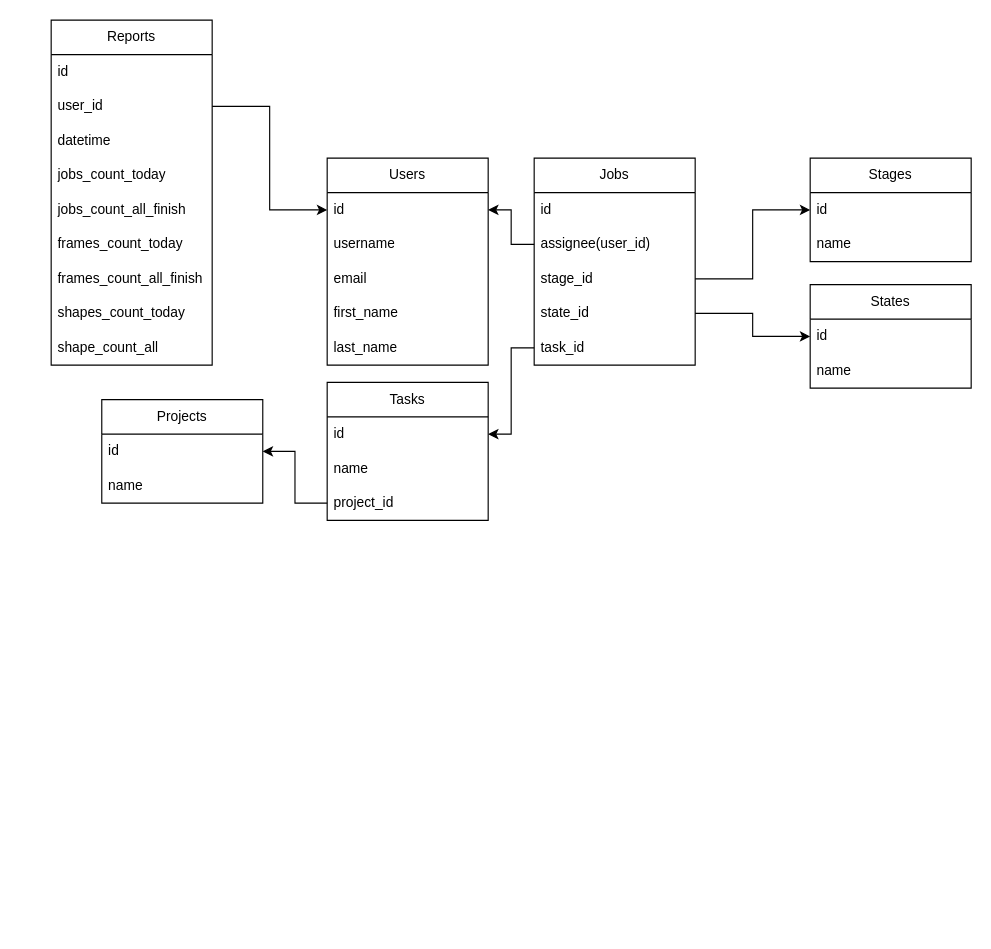
Above: DB_reports_cvat.drawio in YurkevichAndrei/email (draw.io), before the change. Source tidied: cells renumbered, new cells numbered last; positions are measured from the earlier drawing's top-left corner, leaving out a move shared by most shapes. Both pictures are drawn from the tidied source at 115%, with x=0, y=0 at pixel (51, 20).
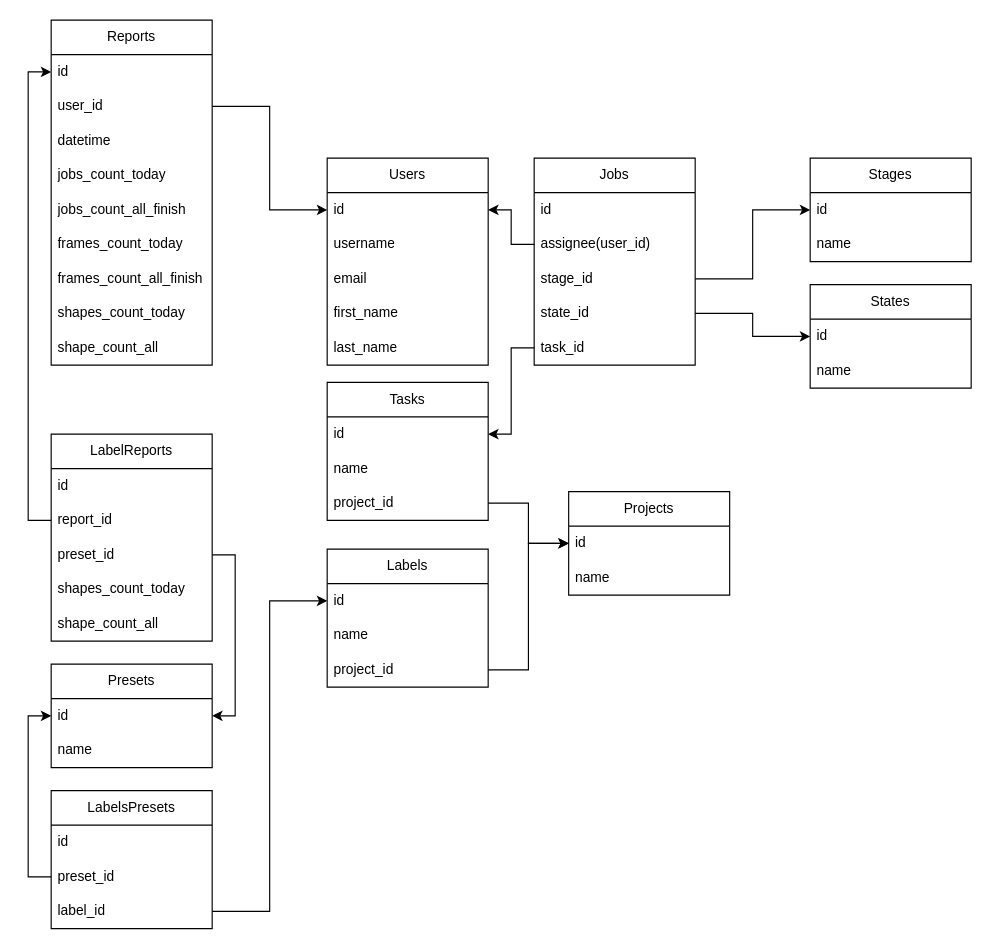
The same page after the edit.

Commit message:
add labels and labels presets in reports

Unchanged cells that the change refers to:
```xml
<mxCell id="9" value="id" style="text;strokeColor=none;fillColor=none;align=left;verticalAlign=middle;spacingLeft=4;spacingRight=4;overflow=hidden;points=[[0,0.5],[1,0.5]];portConstraint=eastwest;whiteSpace=wrap;html=1;" parent="8" vertex="1">
  <mxGeometry y="30" width="140" height="30" as="geometry" />
</mxCell>
<mxCell id="14" value="project_id" style="text;strokeColor=none;fillColor=none;align=left;verticalAlign=middle;spacingLeft=4;spacingRight=4;overflow=hidden;points=[[0,0.5],[1,0.5]];portConstraint=eastwest;whiteSpace=wrap;html=1;" parent="11" vertex="1">
  <mxGeometry y="90" width="140" height="30" as="geometry" />
</mxCell>
<mxCell id="22" value="id&lt;span style=&quot;white-space: pre;&quot;&gt;&#9;&lt;/span&gt;" style="text;strokeColor=none;fillColor=none;align=left;verticalAlign=middle;spacingLeft=4;spacingRight=4;overflow=hidden;points=[[0,0.5],[1,0.5]];portConstraint=eastwest;whiteSpace=wrap;html=1;" parent="21" vertex="1">
  <mxGeometry y="30" width="140" height="30" as="geometry" />
</mxCell>
```

The edit, as a diff of the source:
```diff
@@
     <mxCell id="8" value="Projects" style="swimlane;fontStyle=0;horizontal=1;startSize=30;whiteSpace=wrap;html=1;" parent="1" vertex="1">
-      <mxGeometry x="44" y="330" width="140" height="90" as="geometry" />
+      <mxGeometry x="450" y="410" width="140" height="90" as="geometry" />
     </mxCell>
@@
-    <mxCell id="40" style="edgeStyle=orthogonalEdgeStyle;rounded=0;jettySize=auto;html=1;exitX=0;exitY=0.5;exitDx=0;exitDy=0;entryX=1;entryY=0.5;entryDx=0;entryDy=0;" parent="1" edge="1" source="14" target="9">
-      <mxGeometry relative="1" as="geometry" />
-    </mxCell>
@@
+    <mxCell id="43" value="Labels" style="swimlane;fontStyle=0;horizontal=1;startSize=30;whiteSpace=wrap;html=1;" parent="1" vertex="1">
+      <mxGeometry x="240" y="460" width="140" height="120" as="geometry" />
+    </mxCell>
+    <mxCell id="44" value="id" style="text;strokeColor=none;fillColor=none;align=left;verticalAlign=middle;spacingLeft=4;spacingRight=4;overflow=hidden;points=[[0,0.5],[1,0.5]];portConstraint=eastwest;whiteSpace=wrap;html=1;" parent="43" vertex="1">
+      <mxGeometry y="30" width="140" height="30" as="geometry" />
+    </mxCell>
+    <mxCell id="45" value="name" style="text;strokeColor=none;fillColor=none;align=left;verticalAlign=middle;spacingLeft=4;spacingRight=4;overflow=hidden;whiteSpace=wrap;html=1;" parent="43" vertex="1">
+      <mxGeometry y="60" width="140" height="30" as="geometry" />
+    </mxCell>
+    <mxCell id="46" value="project_id" style="text;strokeColor=none;fillColor=none;align=left;verticalAlign=middle;spacingLeft=4;spacingRight=4;overflow=hidden;points=[[0,0.5],[1,0.5]];portConstraint=eastwest;whiteSpace=wrap;html=1;" parent="43" vertex="1">
+      <mxGeometry y="90" width="140" height="30" as="geometry" />
+    </mxCell>
+    <mxCell id="47" style="edgeStyle=orthogonalEdgeStyle;rounded=0;jettySize=auto;html=1;exitX=1;exitY=0.5;exitDx=0;exitDy=0;entryX=0;entryY=0.5;entryDx=0;entryDy=0;" parent="1" edge="1" source="14" target="8">
+      <mxGeometry relative="1" as="geometry" />
+    </mxCell>
+    <mxCell id="48" style="edgeStyle=orthogonalEdgeStyle;rounded=0;jettySize=auto;html=1;exitX=1;exitY=0.5;exitDx=0;exitDy=0;entryX=0;entryY=0.5;entryDx=0;entryDy=0;" parent="1" edge="1" source="46" target="9">
+      <mxGeometry relative="1" as="geometry" />
+    </mxCell>
+    <mxCell id="49" value="LabelReports" style="swimlane;fontStyle=0;horizontal=1;startSize=30;whiteSpace=wrap;html=1;" parent="1" vertex="1">
+      <mxGeometry y="360" width="140" height="180" as="geometry" />
+    </mxCell>
+    <mxCell id="50" value="id" style="text;strokeColor=none;fillColor=none;align=left;verticalAlign=middle;spacingLeft=4;spacingRight=4;overflow=hidden;whiteSpace=wrap;html=1;" parent="49" vertex="1">
+      <mxGeometry y="30" width="140" height="30" as="geometry" />
+    </mxCell>
+    <mxCell id="51" value="report_id" style="text;strokeColor=none;fillColor=none;align=left;verticalAlign=middle;spacingLeft=4;spacingRight=4;overflow=hidden;points=[[0,0.5],[1,0.5]];portConstraint=eastwest;whiteSpace=wrap;html=1;" parent="49" vertex="1">
+      <mxGeometry y="60" width="140" height="30" as="geometry" />
+    </mxCell>
+    <mxCell id="52" value="preset_id" style="text;strokeColor=none;fillColor=none;align=left;verticalAlign=middle;spacingLeft=4;spacingRight=4;overflow=hidden;points=[[0,0.5],[1,0.5]];portConstraint=eastwest;whiteSpace=wrap;html=1;" parent="49" vertex="1">
+      <mxGeometry y="90" width="140" height="30" as="geometry" />
+    </mxCell>
+    <mxCell id="53" value="shapes_count_today" style="text;strokeColor=none;fillColor=none;align=left;verticalAlign=middle;spacingLeft=4;spacingRight=4;overflow=hidden;whiteSpace=wrap;html=1;" parent="49" vertex="1">
+      <mxGeometry y="120" width="140" height="30" as="geometry" />
+    </mxCell>
+    <mxCell id="54" value="shape_count_all" style="text;strokeColor=none;fillColor=none;align=left;verticalAlign=middle;spacingLeft=4;spacingRight=4;overflow=hidden;whiteSpace=wrap;html=1;" parent="49" vertex="1">
+      <mxGeometry y="150" width="140" height="30" as="geometry" />
+    </mxCell>
+    <mxCell id="55" style="edgeStyle=orthogonalEdgeStyle;rounded=0;jettySize=auto;html=1;exitX=0;exitY=0.5;exitDx=0;exitDy=0;entryX=0;entryY=0.5;entryDx=0;entryDy=0;" parent="1" edge="1" source="51" target="22">
+      <mxGeometry relative="1" as="geometry" />
+    </mxCell>
+    <mxCell id="56" value="LabelsPresets" style="swimlane;fontStyle=0;horizontal=1;startSize=30;whiteSpace=wrap;html=1;" parent="1" vertex="1">
+      <mxGeometry y="670" width="140" height="120" as="geometry" />
+    </mxCell>
+    <mxCell id="57" value="id" style="text;strokeColor=none;fillColor=none;align=left;verticalAlign=middle;spacingLeft=4;spacingRight=4;overflow=hidden;whiteSpace=wrap;html=1;" parent="56" vertex="1">
+      <mxGeometry y="30" width="140" height="30" as="geometry" />
+    </mxCell>
+    <mxCell id="58" value="preset_id" style="text;strokeColor=none;fillColor=none;align=left;verticalAlign=middle;spacingLeft=4;spacingRight=4;overflow=hidden;points=[[0,0.5],[1,0.5]];portConstraint=eastwest;whiteSpace=wrap;html=1;" parent="56" vertex="1">
+      <mxGeometry y="60" width="140" height="30" as="geometry" />
+    </mxCell>
+    <mxCell id="59" value="label_id" style="text;strokeColor=none;fillColor=none;align=left;verticalAlign=middle;spacingLeft=4;spacingRight=4;overflow=hidden;points=[[0,0.5],[1,0.5]];portConstraint=eastwest;whiteSpace=wrap;html=1;" parent="56" vertex="1">
+      <mxGeometry y="90" width="140" height="30" as="geometry" />
+    </mxCell>
+    <mxCell id="60" value="&lt;div&gt;Presets&lt;/div&gt;" style="swimlane;fontStyle=0;horizontal=1;startSize=30;whiteSpace=wrap;html=1;" parent="1" vertex="1">
+      <mxGeometry y="560" width="140" height="90" as="geometry" />
+    </mxCell>
+    <mxCell id="61" value="id" style="text;strokeColor=none;fillColor=none;align=left;verticalAlign=middle;spacingLeft=4;spacingRight=4;overflow=hidden;points=[[0,0.5],[1,0.5]];portConstraint=eastwest;whiteSpace=wrap;html=1;" parent="60" vertex="1">
+      <mxGeometry y="30" width="140" height="30" as="geometry" />
+    </mxCell>
+    <mxCell id="62" value="name" style="text;strokeColor=none;fillColor=none;align=left;verticalAlign=middle;spacingLeft=4;spacingRight=4;overflow=hidden;whiteSpace=wrap;html=1;" parent="60" vertex="1">
+      <mxGeometry y="60" width="140" height="30" as="geometry" />
+    </mxCell>
+    <mxCell id="63" style="edgeStyle=orthogonalEdgeStyle;rounded=0;jettySize=auto;html=1;exitX=1;exitY=0.5;exitDx=0;exitDy=0;entryX=1;entryY=0.5;entryDx=0;entryDy=0;" parent="1" edge="1" source="52" target="61">
+      <mxGeometry relative="1" as="geometry" />
+    </mxCell>
+    <mxCell id="64" style="edgeStyle=orthogonalEdgeStyle;rounded=0;jettySize=auto;html=1;exitX=0;exitY=0.5;exitDx=0;exitDy=0;entryX=0;entryY=0.5;entryDx=0;entryDy=0;" parent="1" edge="1" source="58" target="61">
+      <mxGeometry relative="1" as="geometry" />
+    </mxCell>
+    <mxCell id="65" style="edgeStyle=orthogonalEdgeStyle;rounded=0;jettySize=auto;html=1;exitX=1;exitY=0.5;exitDx=0;exitDy=0;entryX=0;entryY=0.5;entryDx=0;entryDy=0;" parent="1" edge="1" source="59" target="44">
+      <mxGeometry relative="1" as="geometry" />
+    </mxCell>
```
